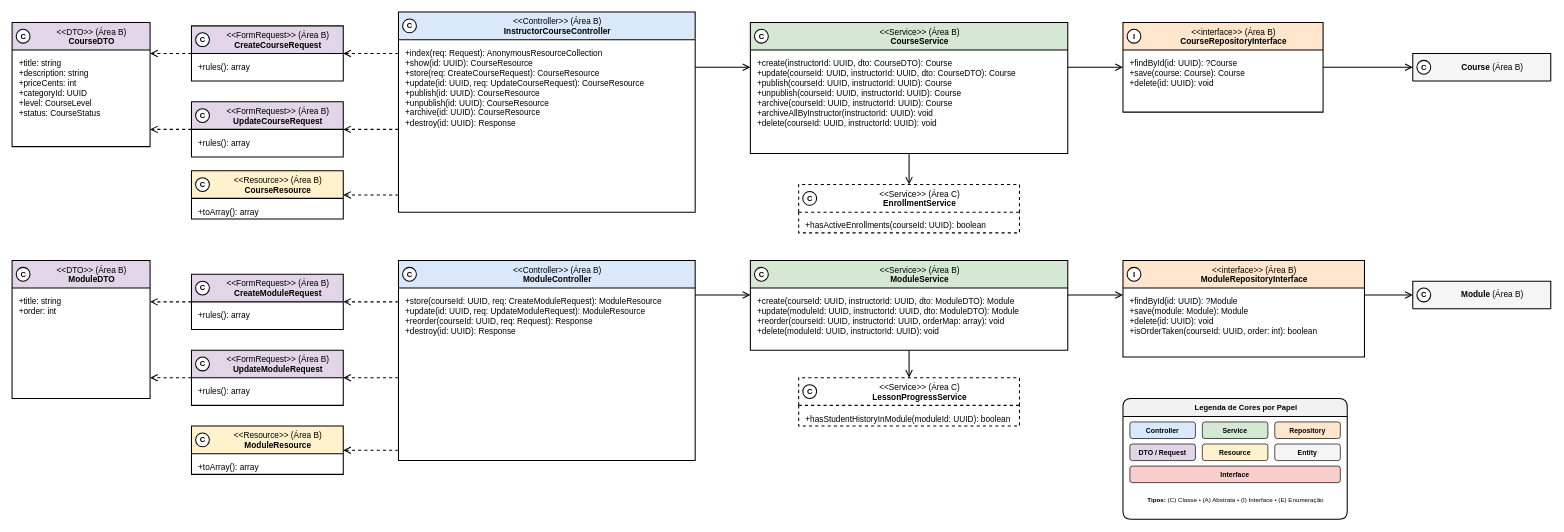
This is especificacao/diagramas/13-classes-area-b-implementacao-cursos-modulos.drawio from Plataforma-de-Cursos-TCC/plataforma-cursos-docs, a draw.io file, before an edit. Source tidied: cells renumbered, new cells numbered last; positions are measured from the earlier drawing's top-left corner, leaving out a move shared by most shapes. Both pictures are drawn from the tidied source at 69%, with x=0, y=0 at pixel (12, 12).
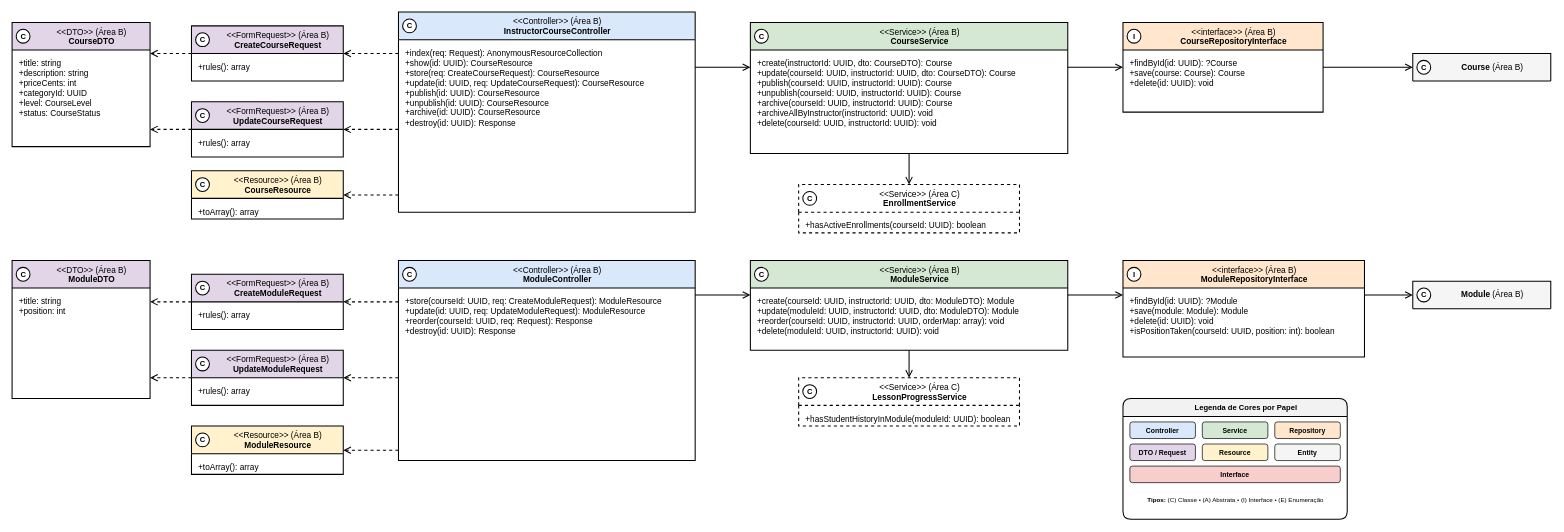
Above is the later version.

Commit message (it also covers changes not shown here):
docs(spec): standardize ordering attribute to position across all layers

The change refers to these unchanged cells:
```xml
<mxCell id="14" value="&amp;lt;&amp;lt;DTO&amp;gt;&amp;gt; (Área B)&lt;br&gt;&lt;b&gt;ModuleDTO&lt;/b&gt;" style="swimlane;html=1;fontStyle=0;align=center;verticalAlign=top;startSize=40;fillColor=#E1D5E7;swimlaneFillColor=#FFFFFF;strokeColor=#000000;strokeWidth=1.5;fontFamily=Helvetica;fontSize=12;fontColor=#000000;rounded=0;spacingLeft=30;" parent="1" vertex="1">
  <mxGeometry y="360" width="200" height="200" as="geometry" />
</mxCell>
<mxCell id="31" value="&amp;lt;&amp;lt;interface&amp;gt;&amp;gt; (Área B)&lt;br&gt;&lt;b&gt;ModuleRepositoryInterface&lt;/b&gt;" style="swimlane;html=1;fontStyle=0;align=center;verticalAlign=top;startSize=40;fillColor=#FFE6CC;swimlaneFillColor=#FFFFFF;strokeColor=#000000;strokeWidth=1.5;fontFamily=Helvetica;fontSize=12;fontColor=#000000;rounded=0;spacingLeft=30;" parent="1" vertex="1">
  <mxGeometry x="1610" y="360" width="350" height="140" as="geometry" />
</mxCell>
```

Diff of the diagram source:
```diff
@@
-    <mxCell id="15" value="+title: string&lt;br&gt;+order: int" style="text;html=1;align=left;verticalAlign=top;spacingLeft=8;spacingRight=8;spacingTop=6;fontSize=12;fontFamily=Helvetica;fontColor=#000000;strokeColor=none;fillColor=none;" parent="14" vertex="1">
+    <mxCell id="15" value="+title: string&lt;br&gt;+position: int" style="text;html=1;align=left;verticalAlign=top;spacingLeft=8;spacingRight=8;spacingTop=6;fontSize=12;fontFamily=Helvetica;fontColor=#000000;strokeColor=none;fillColor=none;" parent="14" vertex="1">
       <mxGeometry y="40" width="160" height="50" as="geometry" />
     </mxCell>
@@
-    <mxCell id="32" value="+findById(id: UUID): ?Module&lt;br&gt;+save(module: Module): Module&lt;br&gt;+delete(id: UUID): void&lt;br&gt;+isOrderTaken(courseId: UUID, order: int): boolean" style="text;html=1;align=left;verticalAlign=top;spacingLeft=8;spacingRight=8;spacingTop=6;fontSize=12;fontFamily=Helvetica;fontColor=#000000;strokeColor=none;fillColor=none;" parent="31" vertex="1">
+    <mxCell id="32" value="+findById(id: UUID): ?Module&lt;br&gt;+save(module: Module): Module&lt;br&gt;+delete(id: UUID): void&lt;br&gt;+isPositionTaken(courseId: UUID, position: int): boolean" style="text;html=1;align=left;verticalAlign=top;spacingLeft=8;spacingRight=8;spacingTop=6;fontSize=12;fontFamily=Helvetica;fontColor=#000000;strokeColor=none;fillColor=none;" parent="31" vertex="1">
       <mxGeometry y="40" width="350" height="100" as="geometry" />
     </mxCell>
```
